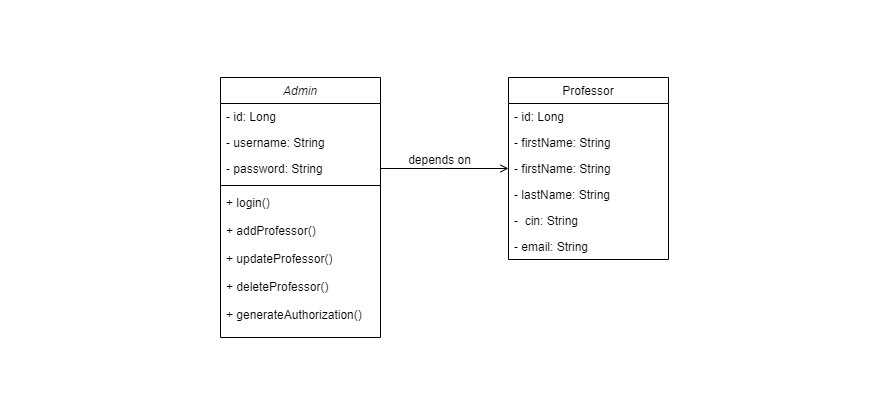
Ftayri/teacher-authorization-management-system keeps this draw.io diagram as class_diagram.png. Above is the earlier version. Source tidied: cells renumbered, new cells last; positions are measured from the earlier drawing's top-left corner, leaving out a move shared by most shapes. Source of this version:
```xml
<mxGraphModel>
  <root>
    <mxCell id="0" />
    <mxCell id="1" parent="0" />
    <mxCell id="2" value="Admin" style="swimlane;fontStyle=2;align=center;verticalAlign=top;horizontal=1;startSize=26;rounded=0;shadow=0;strokeWidth=1;" parent="1" vertex="1">
      <mxGeometry width="160" height="260" as="geometry" />
    </mxCell>
    <mxCell id="3" value="- id: Long" style="text;align=left;verticalAlign=top;spacingLeft=4;spacingRight=4;overflow=hidden;" parent="2" vertex="1">
      <mxGeometry y="26" width="160" height="26" as="geometry" />
    </mxCell>
    <mxCell id="4" value="- username: String" style="text;align=left;verticalAlign=top;spacingLeft=4;spacingRight=4;overflow=hidden;rounded=0;shadow=0;html=0;" parent="2" vertex="1">
      <mxGeometry y="52" width="160" height="26" as="geometry" />
    </mxCell>
    <mxCell id="5" value="- password: String" style="text;align=left;verticalAlign=top;spacingLeft=4;spacingRight=4;overflow=hidden;rounded=0;shadow=0;html=0;" parent="2" vertex="1">
      <mxGeometry y="78" width="160" height="26" as="geometry" />
    </mxCell>
    <mxCell id="6" style="line;html=1;strokeWidth=1;align=left;verticalAlign=middle;spacingTop=-1;spacingLeft=3;spacingRight=3;labelPosition=right;" parent="2" vertex="1">
      <mxGeometry y="104" width="160" height="8" as="geometry" />
    </mxCell>
    <mxCell id="7" value="+ login()" style="text;align=left;verticalAlign=top;spacingLeft=4;spacingRight=4;overflow=hidden;" parent="2" vertex="1">
      <mxGeometry y="112" width="160" height="28" as="geometry" />
    </mxCell>
    <mxCell id="8" value="+ addProfessor()" style="text;align=left;verticalAlign=top;spacingLeft=4;spacingRight=4;overflow=hidden;" parent="2" vertex="1">
      <mxGeometry y="140" width="160" height="28" as="geometry" />
    </mxCell>
    <mxCell id="9" value="+ updateProfessor()" style="text;align=left;verticalAlign=top;spacingLeft=4;spacingRight=4;overflow=hidden;" parent="2" vertex="1">
      <mxGeometry y="168" width="160" height="28" as="geometry" />
    </mxCell>
    <mxCell id="10" value="+ deleteProfessor()" style="text;align=left;verticalAlign=top;spacingLeft=4;spacingRight=4;overflow=hidden;" parent="2" vertex="1">
      <mxGeometry y="196" width="160" height="28" as="geometry" />
    </mxCell>
    <mxCell id="11" value="+ generateAuthorization()" style="text;align=left;verticalAlign=top;spacingLeft=4;spacingRight=4;overflow=hidden;" parent="2" vertex="1">
      <mxGeometry y="224" width="160" height="28" as="geometry" />
    </mxCell>
    <mxCell id="12" value="Professor" style="swimlane;fontStyle=0;align=center;verticalAlign=top;horizontal=1;startSize=26;rounded=0;shadow=0;strokeWidth=1;" parent="1" vertex="1">
      <mxGeometry x="288" width="160" height="182" as="geometry" />
    </mxCell>
    <mxCell id="13" value="- id: Long" style="text;align=left;verticalAlign=top;spacingLeft=4;spacingRight=4;overflow=hidden;" parent="12" vertex="1">
      <mxGeometry y="26" width="160" height="26" as="geometry" />
    </mxCell>
    <mxCell id="14" value="- firstName: String" style="text;align=left;verticalAlign=top;spacingLeft=4;spacingRight=4;overflow=hidden;rounded=0;shadow=0;html=0;" parent="12" vertex="1">
      <mxGeometry y="52" width="160" height="26" as="geometry" />
    </mxCell>
    <mxCell id="15" value="- firstName: String" style="text;align=left;verticalAlign=top;spacingLeft=4;spacingRight=4;overflow=hidden;rounded=0;shadow=0;html=0;" parent="12" vertex="1">
      <mxGeometry y="78" width="160" height="26" as="geometry" />
    </mxCell>
    <mxCell id="16" value="- lastName: String" style="text;align=left;verticalAlign=top;spacingLeft=4;spacingRight=4;overflow=hidden;rounded=0;shadow=0;html=0;" parent="12" vertex="1">
      <mxGeometry y="104" width="160" height="26" as="geometry" />
    </mxCell>
    <mxCell id="17" value="-  cin: String" style="text;align=left;verticalAlign=top;spacingLeft=4;spacingRight=4;overflow=hidden;rounded=0;shadow=0;html=0;" parent="12" vertex="1">
      <mxGeometry y="130" width="160" height="26" as="geometry" />
    </mxCell>
    <mxCell id="18" value="- email: String" style="text;align=left;verticalAlign=top;spacingLeft=4;spacingRight=4;overflow=hidden;" parent="12" vertex="1">
      <mxGeometry y="156" width="160" height="26" as="geometry" />
    </mxCell>
    <mxCell id="19" style="endArrow=open;shadow=0;strokeWidth=1;rounded=0;endFill=1;edgeStyle=elbowEdgeStyle;elbow=vertical;" parent="1" edge="1" source="2" target="12">
      <mxGeometry x="0.5" y="41" relative="1" as="geometry">
        <mxPoint x="-40" y="32" as="offset" />
      </mxGeometry>
    </mxCell>
    <mxCell id="20" value="depends on" style="text;html=1;align=center;verticalAlign=middle;labelBackgroundColor=none;rounded=0;shadow=0;strokeWidth=1;fontSize=12;" parent="19" vertex="1">
      <mxGeometry x="0.5" y="49" relative="1" as="geometry">
        <mxPoint x="-38" y="40" as="offset" />
      </mxGeometry>
    </mxCell>
  </root>
</mxGraphModel>
```
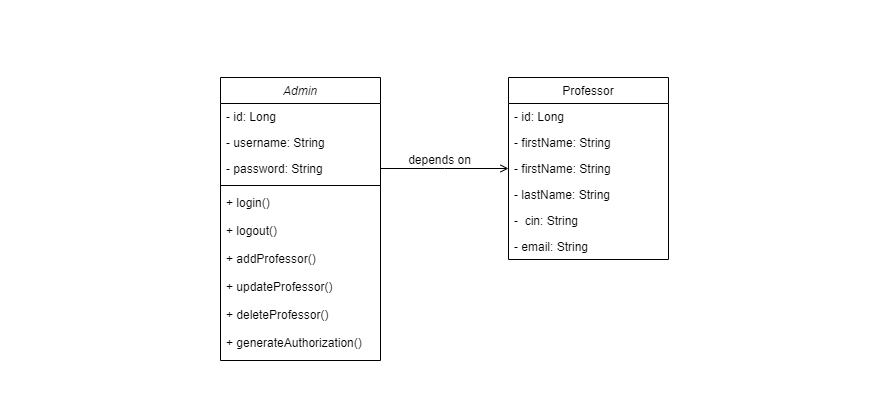
After the change.

The edit, as a diff of the source:
```diff
@@ -3,7 +3,7 @@
     <mxCell id="0" />
     <mxCell id="1" parent="0" />
     <mxCell id="2" value="Admin" style="swimlane;fontStyle=2;align=center;verticalAlign=top;horizontal=1;startSize=26;rounded=0;shadow=0;strokeWidth=1;" parent="1" vertex="1">
-      <mxGeometry width="160" height="260" as="geometry" />
+      <mxGeometry width="160" height="283" as="geometry" />
     </mxCell>
     <mxCell id="3" value="- id: Long" style="text;align=left;verticalAlign=top;spacingLeft=4;spacingRight=4;overflow=hidden;" parent="2" vertex="1">
       <mxGeometry y="26" width="160" height="26" as="geometry" />
@@ -20,18 +20,21 @@
     <mxCell id="7" value="+ login()" style="text;align=left;verticalAlign=top;spacingLeft=4;spacingRight=4;overflow=hidden;" parent="2" vertex="1">
       <mxGeometry y="112" width="160" height="28" as="geometry" />
     </mxCell>
+    <mxCell id="11" value="+ logout()" style="text;align=left;verticalAlign=top;spacingLeft=4;spacingRight=4;overflow=hidden;" parent="2" vertex="1">
+      <mxGeometry y="140" width="160" height="28" as="geometry" />
+    </mxCell>
     <mxCell id="8" value="+ addProfessor()" style="text;align=left;verticalAlign=top;spacingLeft=4;spacingRight=4;overflow=hidden;" parent="2" vertex="1">
-      <mxGeometry y="140" width="160" height="28" as="geometry" />
+      <mxGeometry y="168" width="160" height="28" as="geometry" />
     </mxCell>
     <mxCell id="9" value="+ updateProfessor()" style="text;align=left;verticalAlign=top;spacingLeft=4;spacingRight=4;overflow=hidden;" parent="2" vertex="1">
-      <mxGeometry y="168" width="160" height="28" as="geometry" />
+      <mxGeometry y="196" width="160" height="28" as="geometry" />
     </mxCell>
     <mxCell id="10" value="+ deleteProfessor()" style="text;align=left;verticalAlign=top;spacingLeft=4;spacingRight=4;overflow=hidden;" parent="2" vertex="1">
-      <mxGeometry y="196" width="160" height="28" as="geometry" />
+      <mxGeometry y="224" width="160" height="28" as="geometry" />
     </mxCell>
-    <mxCell id="11" value="+ generateAuthorization()" style="text;align=left;verticalAlign=top;spacingLeft=4;spacingRight=4;overflow=hidden;" parent="2" vertex="1">
-      <mxGeometry y="224" width="160" height="28" as="geometry" />
-    </mxCell>
+    <mxCell id="21" value="+ generateAuthorization()" style="text;align=left;verticalAlign=top;spacingLeft=4;spacingRight=4;overflow=hidden;" parent="2" vertex="1">
+      <mxGeometry y="252" width="160" height="28" as="geometry" />
+    </mxCell>
     <mxCell id="12" value="Professor" style="swimlane;fontStyle=0;align=center;verticalAlign=top;horizontal=1;startSize=26;rounded=0;shadow=0;strokeWidth=1;" parent="1" vertex="1">
       <mxGeometry x="288" width="160" height="182" as="geometry" />
     </mxCell>
```
